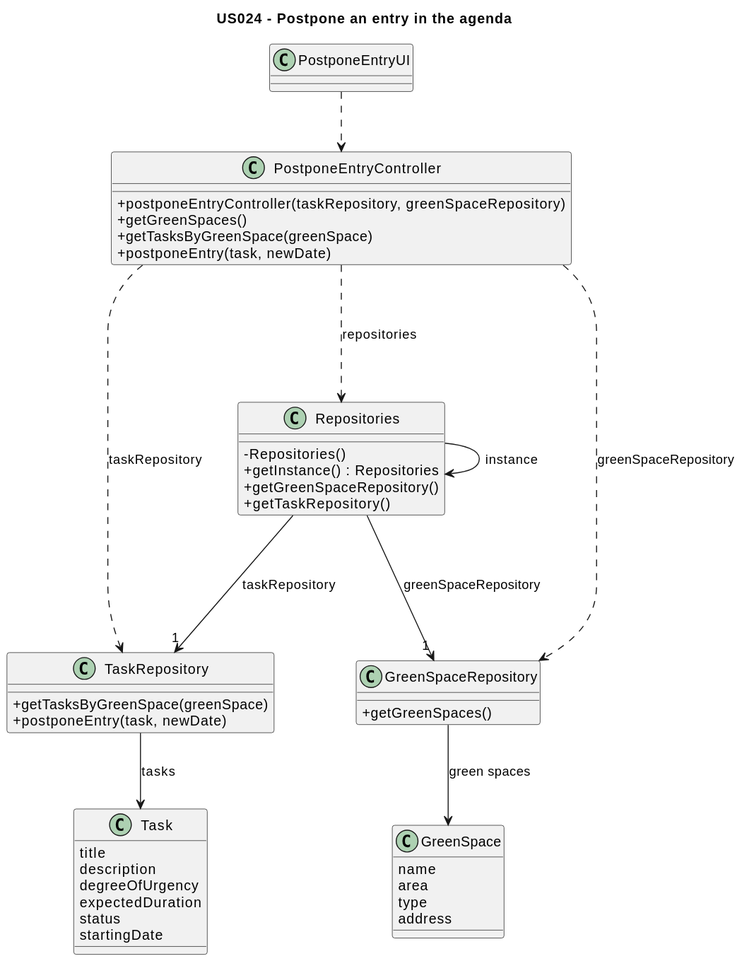
The PlantUML diagram docs/sprintC/us024/03.design/svg/us024-class-diagram.svg in Departamento-de-Engenharia-Informatica/lei-24-s2-1dm-g132, before a commit. The source it was exported from:
```plantuml
@startuml
skinparam packageStyle rectangle
skinparam shadowing false
skinparam linetype polyline
skinparam linetype orto

skinparam classAttributeIconSize 0


title US024 - Postpone an entry in the agenda

class PostponeEntryUI {
}

class PostponeEntryController {
    + postponeEntryController(taskRepository, greenSpaceRepository)
    + getGreenSpaces()
    + getTasksByGreenSpace(greenSpace)
    + postponeEntry(task, newDate)
}

class Task {
    title
    description
    degreeOfUrgency
    expectedDuration
    status
    startingDate
}

class GreenSpace {
    name
    area
    type
    address
}

class Repositories {
    - Repositories()
    + getInstance() : Repositories
    + getGreenSpaceRepository()
    + getTaskRepository()
}

class TaskRepository {
    + getTasksByGreenSpace(greenSpace)
    + postponeEntry(task, newDate)
}

class GreenSpaceRepository {
    + getGreenSpaces()
}


PostponeEntryUI ..> PostponeEntryController
PostponeEntryController ...> Repositories: repositories
PostponeEntryController ..> TaskRepository: taskRepository
PostponeEntryController ..> GreenSpaceRepository: greenSpaceRepository

Repositories -> Repositories : instance
Repositories ---> "1" TaskRepository: taskRepository
Repositories ---> "1" GreenSpaceRepository: greenSpaceRepository

TaskRepository --> Task: tasks
GreenSpaceRepository --> GreenSpace: green spaces
@enduml
```
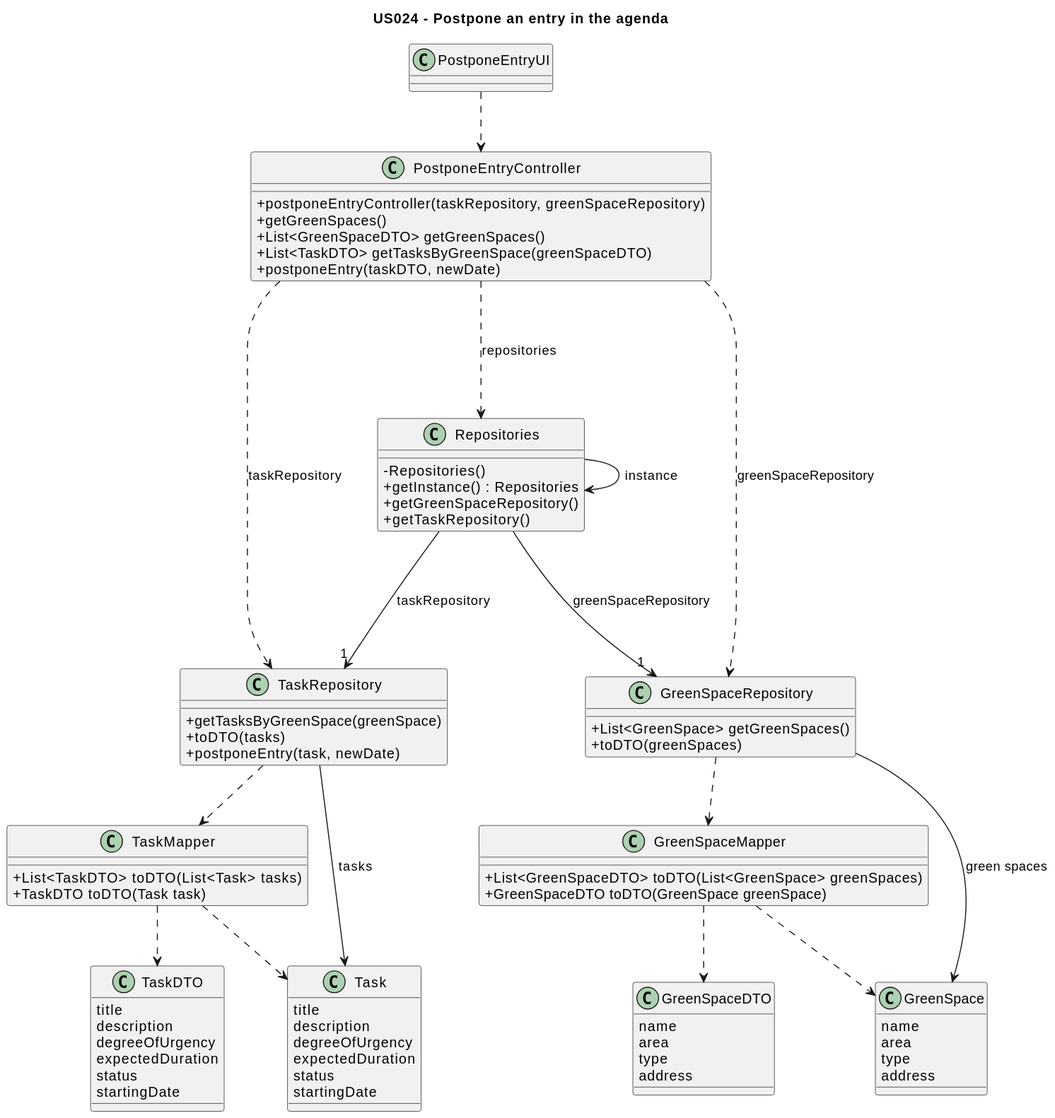
Later version of the same file.

Commit message:
US24 class diagram update

What changed in the source:
```diff
@@ -15,8 +15,55 @@
 class PostponeEntryController {
     + postponeEntryController(taskRepository, greenSpaceRepository)
     + getGreenSpaces()
+    + List<GreenSpaceDTO> getGreenSpaces()
+    + List<TaskDTO> getTasksByGreenSpace(greenSpaceDTO)
+    + postponeEntry(taskDTO, newDate)
+
+}
+
+class Repositories {
+    - Repositories()
+    + getInstance() : Repositories
+    + getGreenSpaceRepository()
+    + getTaskRepository()
+}
+
+class TaskRepository {
     + getTasksByGreenSpace(greenSpace)
+    + toDTO(tasks)
     + postponeEntry(task, newDate)
+}
+
+class GreenSpaceRepository {
+    + List<GreenSpace> getGreenSpaces()
+    + toDTO(greenSpaces)
+
+}
+
+class GreenSpaceMapper {
+    + List<GreenSpaceDTO> toDTO(List<GreenSpace> greenSpaces)
+    + GreenSpaceDTO toDTO(GreenSpace greenSpace)
+}
+
+class TaskMapper {
+    + List<TaskDTO> toDTO(List<Task> tasks)
+    + TaskDTO toDTO(Task task)
+}
+
+class GreenSpaceDTO {
+    name
+    area
+    type
+    address
+}
+
+class TaskDTO {
+    title
+    description
+    degreeOfUrgency
+    expectedDuration
+    status
+    startingDate
 }
 
 class Task {
@@ -35,23 +82,6 @@
     address
 }
 
-class Repositories {
-    - Repositories()
-    + getInstance() : Repositories
-    + getGreenSpaceRepository()
-    + getTaskRepository()
-}
-
-class TaskRepository {
-    + getTasksByGreenSpace(greenSpace)
-    + postponeEntry(task, newDate)
-}
-
-class GreenSpaceRepository {
-    + getGreenSpaces()
-}
-
-
 PostponeEntryUI ..> PostponeEntryController
 PostponeEntryController ...> Repositories: repositories
 PostponeEntryController ..> TaskRepository: taskRepository
@@ -63,4 +93,11 @@
 
 TaskRepository --> Task: tasks
 GreenSpaceRepository --> GreenSpace: green spaces
+
+TaskRepository ..> TaskMapper
+TaskMapper ..> TaskDTO
+TaskMapper ..> Task
+GreenSpaceRepository ..> GreenSpaceMapper
+GreenSpaceMapper ..> GreenSpaceDTO
+GreenSpaceMapper ..> GreenSpace
 @enduml
```
